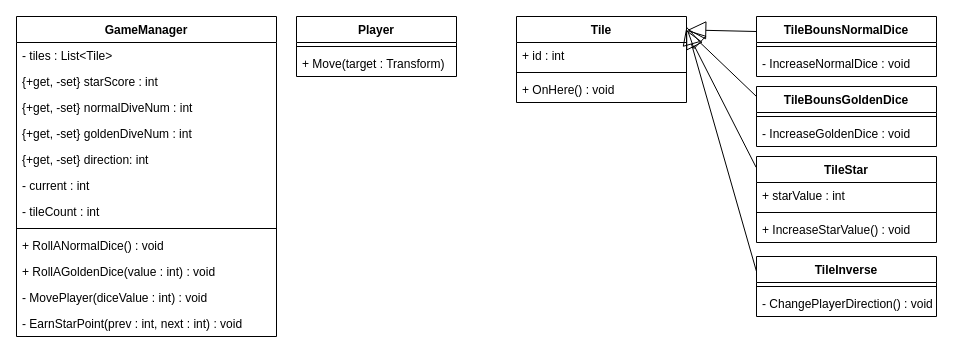
Before: RollADice/RollADiceConcept.drawio in koseyun/UnityEngineBasic_Nowon_1800_2000, a draw.io diagram. Source tidied: cells renumbered, new cells numbered last; positions are measured from the earlier drawing's top-left corner, leaving out a move shared by most shapes. Both pictures are drawn from the tidied source at 100%, with x=0, y=0 at pixel (16, 16).
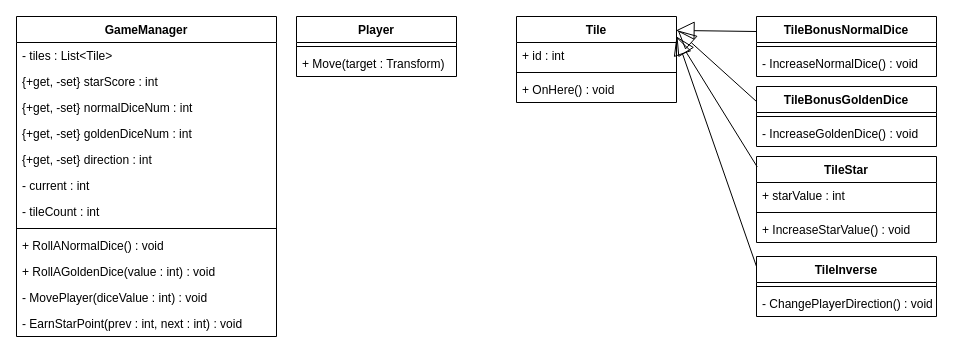
After the change.

Unchanged cells that the change refers to:
```xml
<mxCell id="12" value="TileStar" style="swimlane;fontStyle=1;align=center;verticalAlign=top;horizontal=1;startSize=26;" parent="1" vertex="1">
  <mxGeometry x="740" y="140" width="180" height="86" as="geometry" />
</mxCell>
<mxCell id="16" value="TileInverse" style="swimlane;fontStyle=1;align=center;verticalAlign=top;horizontal=1;startSize=26;" parent="1" vertex="1">
  <mxGeometry x="740" y="240" width="180" height="60" as="geometry" />
</mxCell>
<mxCell id="26" value="GameManager" style="swimlane;fontStyle=1;align=center;verticalAlign=top;horizontal=1;startSize=26;" parent="1" vertex="1">
  <mxGeometry width="260" height="320" as="geometry" />
</mxCell>
```

Diff of the diagram source:
```diff
@@
     <mxCell id="2" value="Tile" style="swimlane;fontStyle=1;align=center;verticalAlign=top;horizontal=1;startSize=26;" parent="1" vertex="1">
-      <mxGeometry x="500" width="170" height="86" as="geometry" />
+      <mxGeometry x="500" width="160" height="86" as="geometry" />
     </mxCell>
     <mxCell id="3" value="+ id : int" style="text;strokeColor=none;fillColor=none;align=left;verticalAlign=top;spacingLeft=4;spacingRight=4;overflow=hidden;" parent="2" vertex="1">
-      <mxGeometry y="26" width="170" height="26" as="geometry" />
+      <mxGeometry y="26" width="160" height="26" as="geometry" />
     </mxCell>
-    <mxCell id="4" style="line;strokeWidth=1;fillColor=none;align=left;verticalAlign=middle;spacingTop=-1;spacingLeft=3;spacingRight=3;labelPosition=right;strokeColor=inherit;" parent="2" vertex="1">
-      <mxGeometry y="52" width="170" height="8" as="geometry" />
-    </mxCell>
+    <mxCell id="39" style="line;strokeWidth=1;fillColor=none;align=left;verticalAlign=middle;spacingTop=-1;spacingLeft=3;spacingRight=3;labelPosition=right;strokeColor=inherit;" parent="2" vertex="1">
+      <mxGeometry y="52" width="160" height="8" as="geometry" />
+    </mxCell>
-    <mxCell id="5" value="+ OnHere() : void " style="text;strokeColor=none;fillColor=none;align=left;verticalAlign=top;spacingLeft=4;spacingRight=4;overflow=hidden;" parent="2" vertex="1">
-      <mxGeometry y="60" width="170" height="26" as="geometry" />
+    <mxCell id="5" value="+ OnHere() : void" style="text;strokeColor=none;fillColor=none;align=left;verticalAlign=top;spacingLeft=4;spacingRight=4;overflow=hidden;" parent="2" vertex="1">
+      <mxGeometry y="60" width="160" height="26" as="geometry" />
     </mxCell>
-    <mxCell id="6" value="TileBounsNormalDice" style="swimlane;fontStyle=1;align=center;verticalAlign=top;horizontal=1;startSize=26;" parent="1" vertex="1">
-      <mxGeometry x="740" width="180" height="60" as="geometry" />
-    </mxCell>
-    <mxCell id="7" style="line;strokeWidth=1;fillColor=none;align=left;verticalAlign=middle;spacingTop=-1;spacingLeft=3;spacingRight=3;labelPosition=right;strokeColor=inherit;" parent="6" vertex="1">
-      <mxGeometry y="26" width="180" height="8" as="geometry" />
-    </mxCell>
-    <mxCell id="8" value="- IncreaseNormalDice : void" style="text;strokeColor=none;fillColor=none;align=left;verticalAlign=top;spacingLeft=4;spacingRight=4;overflow=hidden;" parent="6" vertex="1">
-      <mxGeometry y="34" width="180" height="26" as="geometry" />
-    </mxCell>
-    <mxCell id="9" value="TileBounsGoldenDice" style="swimlane;fontStyle=1;align=center;verticalAlign=top;horizontal=1;startSize=26;" parent="1" vertex="1">
-      <mxGeometry x="740" y="70" width="180" height="60" as="geometry" />
-    </mxCell>
-    <mxCell id="10" style="line;strokeWidth=1;fillColor=none;align=left;verticalAlign=middle;spacingTop=-1;spacingLeft=3;spacingRight=3;labelPosition=right;strokeColor=inherit;" parent="9" vertex="1">
-      <mxGeometry y="26" width="180" height="8" as="geometry" />
-    </mxCell>
-    <mxCell id="11" value="- IncreaseGoldenDice : void" style="text;strokeColor=none;fillColor=none;align=left;verticalAlign=top;spacingLeft=4;spacingRight=4;overflow=hidden;" parent="9" vertex="1">
-      <mxGeometry y="34" width="180" height="26" as="geometry" />
-    </mxCell>
+    <mxCell id="40" value="TileBonusNormalDice" style="swimlane;fontStyle=1;align=center;verticalAlign=top;horizontal=1;startSize=26;" parent="1" vertex="1">
+      <mxGeometry x="740" width="180" height="60" as="geometry" />
+    </mxCell>
+    <mxCell id="41" style="line;strokeWidth=1;fillColor=none;align=left;verticalAlign=middle;spacingTop=-1;spacingLeft=3;spacingRight=3;labelPosition=right;strokeColor=inherit;" parent="40" vertex="1">
+      <mxGeometry y="26" width="180" height="8" as="geometry" />
+    </mxCell>
+    <mxCell id="42" value="- IncreaseNormalDice() : void" style="text;strokeColor=none;fillColor=none;align=left;verticalAlign=top;spacingLeft=4;spacingRight=4;overflow=hidden;" parent="40" vertex="1">
+      <mxGeometry y="34" width="180" height="26" as="geometry" />
+    </mxCell>
+    <mxCell id="43" value="TileBonusGoldenDice" style="swimlane;fontStyle=1;align=center;verticalAlign=top;horizontal=1;startSize=26;" parent="1" vertex="1">
+      <mxGeometry x="740" y="70" width="180" height="60" as="geometry" />
+    </mxCell>
+    <mxCell id="44" style="line;strokeWidth=1;fillColor=none;align=left;verticalAlign=middle;spacingTop=-1;spacingLeft=3;spacingRight=3;labelPosition=right;strokeColor=inherit;" parent="43" vertex="1">
+      <mxGeometry y="26" width="180" height="8" as="geometry" />
+    </mxCell>
+    <mxCell id="45" value="- IncreaseGoldenDice() : void" style="text;strokeColor=none;fillColor=none;align=left;verticalAlign=top;spacingLeft=4;spacingRight=4;overflow=hidden;" parent="43" vertex="1">
+      <mxGeometry y="34" width="180" height="26" as="geometry" />
+    </mxCell>
@@
-    <mxCell id="17" style="line;strokeWidth=1;fillColor=none;align=left;verticalAlign=middle;spacingTop=-1;spacingLeft=3;spacingRight=3;labelPosition=right;strokeColor=inherit;" parent="16" vertex="1">
-      <mxGeometry y="26" width="180" height="8" as="geometry" />
-    </mxCell>
+    <mxCell id="46" style="line;strokeWidth=1;fillColor=none;align=left;verticalAlign=middle;spacingTop=-1;spacingLeft=3;spacingRight=3;labelPosition=right;strokeColor=inherit;" parent="16" vertex="1">
+      <mxGeometry y="26" width="180" height="8" as="geometry" />
+    </mxCell>
@@
-    <mxCell id="19" style="endArrow=block;endSize=16;endFill=0;html=1;rounded=0;exitX=0;exitY=0.25;exitDx=0;exitDy=0;entryX=1.007;entryY=0.156;entryDx=0;entryDy=0;entryPerimeter=0;" parent="1" edge="1" source="6" target="2">
-      <mxGeometry relative="1" as="geometry" />
-    </mxCell>
-    <mxCell id="20" style="endArrow=block;endSize=16;endFill=0;html=1;rounded=0;exitX=0;exitY=0.167;exitDx=0;exitDy=0;entryX=1.002;entryY=0.156;entryDx=0;entryDy=0;entryPerimeter=0;exitPerimeter=0;" parent="1" edge="1" source="9" target="2">
-      <mxGeometry relative="1" as="geometry" />
-    </mxCell>
-    <mxCell id="21" style="endArrow=block;endSize=16;endFill=0;html=1;rounded=0;exitX=-0.002;exitY=0.126;exitDx=0;exitDy=0;exitPerimeter=0;entryX=0.998;entryY=0.156;entryDx=0;entryDy=0;entryPerimeter=0;" parent="1" edge="1" source="12" target="2">
-      <mxGeometry relative="1" as="geometry" />
-    </mxCell>
-    <mxCell id="22" style="endArrow=block;endSize=16;endFill=0;html=1;rounded=0;exitX=0;exitY=0.25;exitDx=0;exitDy=0;" parent="1" edge="1" source="16">
-      <mxGeometry relative="1" as="geometry">
-        <mxPoint x="670" y="10" as="targetPoint" />
-      </mxGeometry>
-    </mxCell>
+    <mxCell id="47" style="endArrow=block;endSize=16;endFill=0;html=1;rounded=0;entryX=0.997;entryY=0.162;entryDx=0;entryDy=0;entryPerimeter=0;exitX=0;exitY=0.25;exitDx=0;exitDy=0;" parent="1" edge="1" source="40" target="2">
+      <mxGeometry relative="1" as="geometry" />
+    </mxCell>
+    <mxCell id="48" style="endArrow=block;endSize=16;endFill=0;html=1;rounded=0;entryX=1.008;entryY=0.162;entryDx=0;entryDy=0;entryPerimeter=0;exitX=0;exitY=0.25;exitDx=0;exitDy=0;" parent="1" edge="1" source="43" target="2">
+      <mxGeometry relative="1" as="geometry" />
+    </mxCell>
+    <mxCell id="49" style="endArrow=block;endSize=16;endFill=0;html=1;rounded=0;exitX=0.004;exitY=0.121;exitDx=0;exitDy=0;exitPerimeter=0;" parent="1" edge="1" source="12">
+      <mxGeometry relative="1" as="geometry">
+        <mxPoint x="660" y="20" as="targetPoint" />
+      </mxGeometry>
+    </mxCell>
+    <mxCell id="50" style="endArrow=block;endSize=16;endFill=0;html=1;rounded=0;exitX=0;exitY=0.167;exitDx=0;exitDy=0;exitPerimeter=0;" parent="1" edge="1" source="16">
+      <mxGeometry relative="1" as="geometry">
+        <mxPoint x="660" y="20" as="targetPoint" />
+      </mxGeometry>
+    </mxCell>
@@
-    <mxCell id="29" value="{+get, -set} normalDiveNum : int" style="text;strokeColor=none;fillColor=none;align=left;verticalAlign=top;spacingLeft=4;spacingRight=4;overflow=hidden;" parent="26" vertex="1">
-      <mxGeometry y="78" width="260" height="26" as="geometry" />
-    </mxCell>
-    <mxCell id="30" value="{+get, -set} goldenDiveNum : int" style="text;strokeColor=none;fillColor=none;align=left;verticalAlign=top;spacingLeft=4;spacingRight=4;overflow=hidden;" parent="26" vertex="1">
-      <mxGeometry y="104" width="260" height="26" as="geometry" />
-    </mxCell>
-    <mxCell id="31" value="{+get, -set} direction: int" style="text;strokeColor=none;fillColor=none;align=left;verticalAlign=top;spacingLeft=4;spacingRight=4;overflow=hidden;" parent="26" vertex="1">
-      <mxGeometry y="130" width="260" height="26" as="geometry" />
-    </mxCell>
+    <mxCell id="51" value="{+get, -set} normalDiceNum : int" style="text;strokeColor=none;fillColor=none;align=left;verticalAlign=top;spacingLeft=4;spacingRight=4;overflow=hidden;" parent="26" vertex="1">
+      <mxGeometry y="78" width="260" height="26" as="geometry" />
+    </mxCell>
+    <mxCell id="52" value="{+get, -set} goldenDiceNum : int" style="text;strokeColor=none;fillColor=none;align=left;verticalAlign=top;spacingLeft=4;spacingRight=4;overflow=hidden;" parent="26" vertex="1">
+      <mxGeometry y="104" width="260" height="26" as="geometry" />
+    </mxCell>
+    <mxCell id="53" value="{+get, -set} direction : int" style="text;strokeColor=none;fillColor=none;align=left;verticalAlign=top;spacingLeft=4;spacingRight=4;overflow=hidden;" parent="26" vertex="1">
+      <mxGeometry y="130" width="260" height="26" as="geometry" />
+    </mxCell>
```
